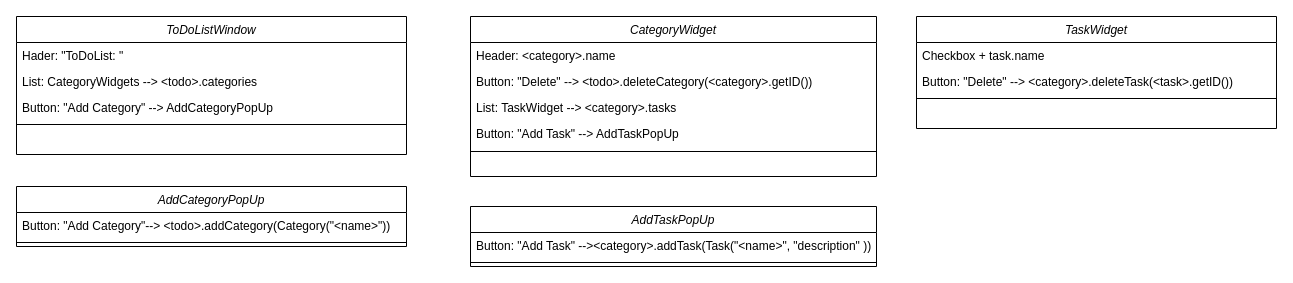
The draw.io diagram docs/Class Structure/GUI_structure.drawio in Lululululukasz/GamifizierteToDoListe, before the edit. Source tidied: cells renumbered, new cells numbered last; positions are measured from the earlier drawing's top-left corner, leaving out a move shared by most shapes. Both pictures are drawn from the tidied source at 100%, with x=0, y=0 at pixel (16, 16).
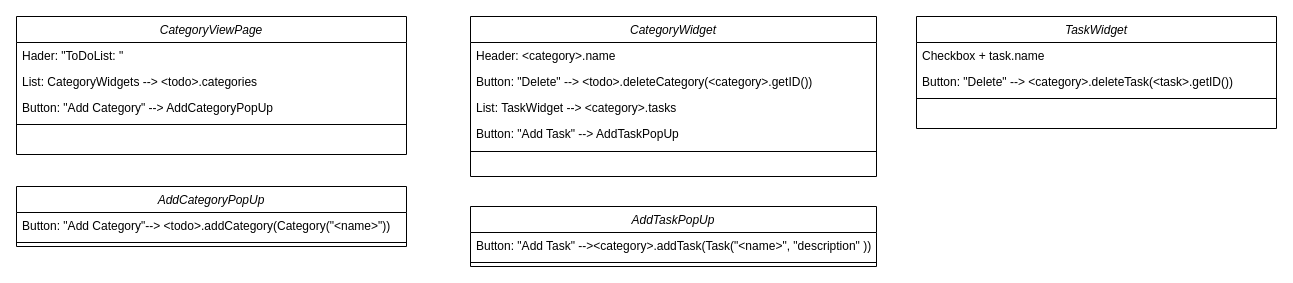
The same page after the edit.

Change to the diagram source:
```diff
@@
-    <mxCell id="2" value="ToDoListWindow" style="swimlane;fontStyle=2;align=center;verticalAlign=top;horizontal=1;startSize=26;rounded=0;shadow=0;strokeWidth=1;" parent="1" vertex="1">
+    <mxCell id="2" value="CategoryViewPage" style="swimlane;fontStyle=2;align=center;verticalAlign=top;horizontal=1;startSize=26;rounded=0;shadow=0;strokeWidth=1;" parent="1" vertex="1">
       <mxGeometry width="390" height="138" as="geometry" />
     </mxCell>
```
